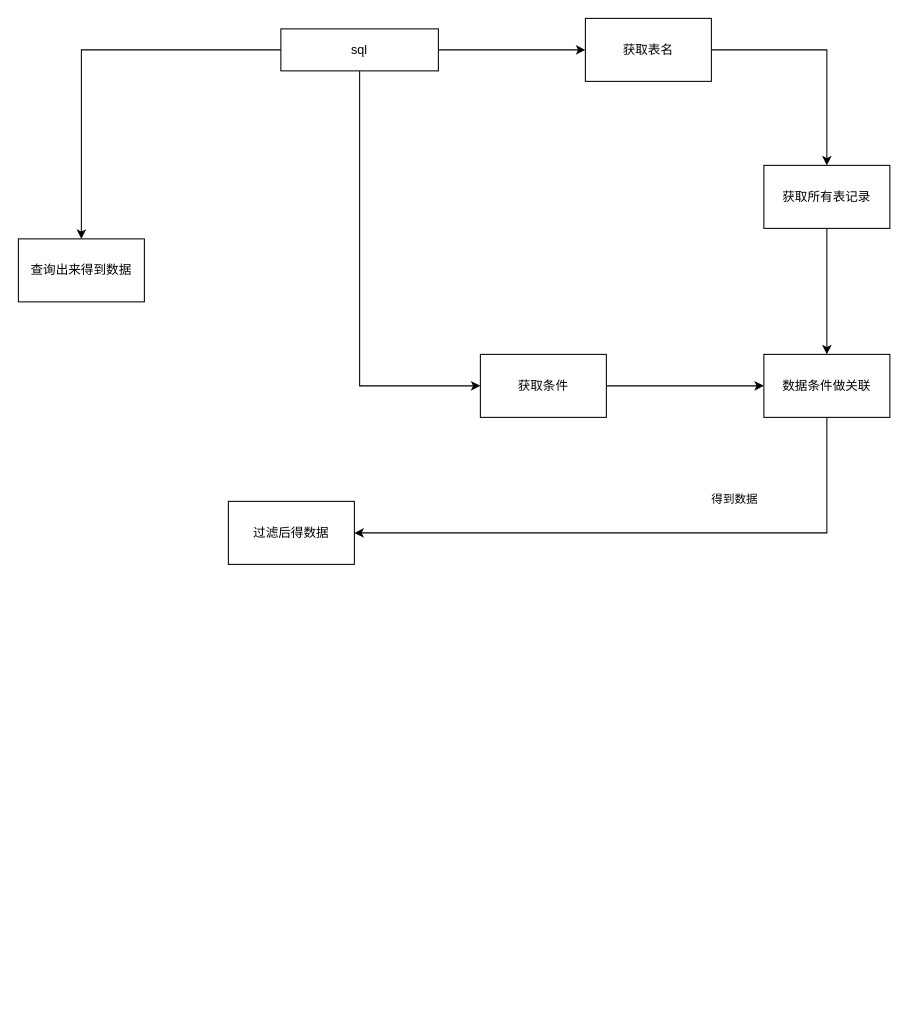
The draw.io diagram 指标解析sql.drawio in dabengxiang/diagrams, before the edit. Source tidied: cells renumbered, new cells numbered last; positions are measured from the earlier drawing's top-left corner, leaving out a move shared by most shapes. Both pictures are drawn from the tidied source at 105%, with x=0, y=0 at pixel (18, 18).
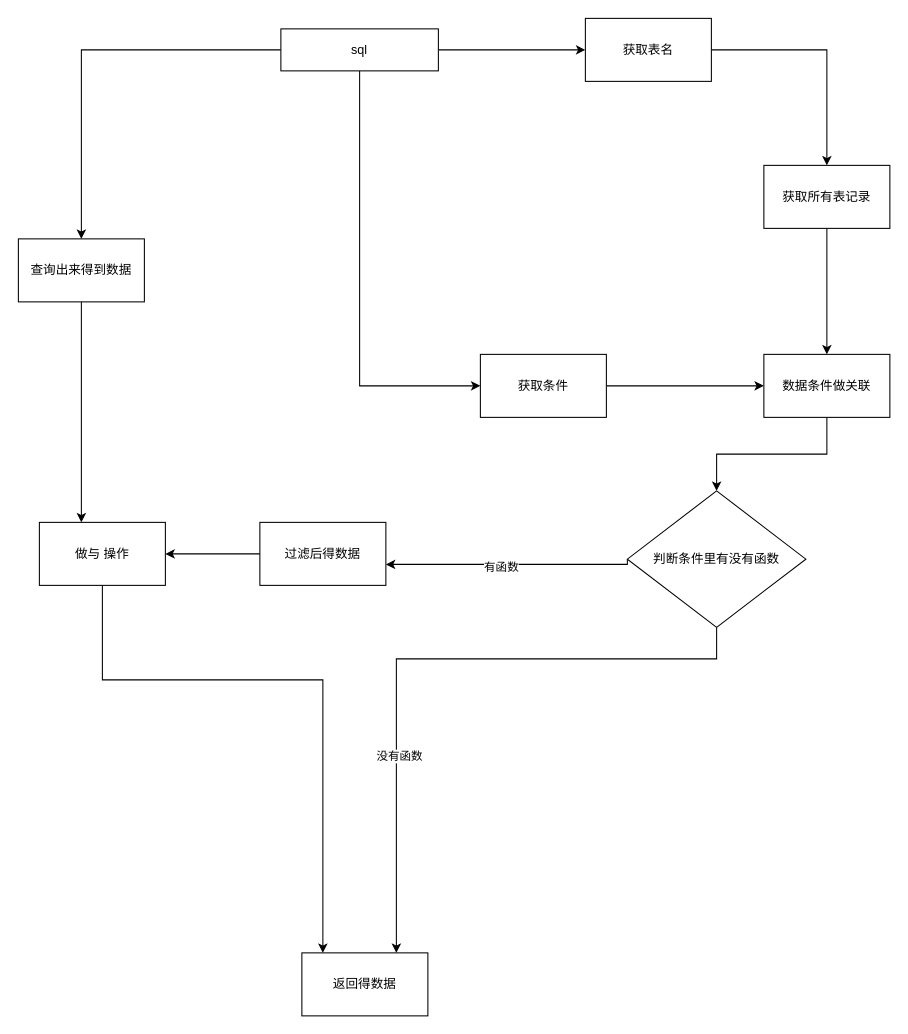
After the change.

Commit message (it also covers changes not shown here):
更新指标解析sql.drawio

The change refers to these unchanged cells:
```xml
<mxCell id="14" value="数据条件做关联" style="rounded=0;whiteSpace=wrap;html=1;" parent="1" vertex="1">
  <mxGeometry x="710" y="320" width="120" height="60" as="geometry" />
</mxCell>
<mxCell id="16" value="查询出来得到数据" style="rounded=0;whiteSpace=wrap;html=1;" parent="1" vertex="1">
  <mxGeometry y="210" width="120" height="60" as="geometry" />
</mxCell>
```

Diff of the diagram source:
```diff
@@
-    <mxCell id="12" style="edgeStyle=orthogonalEdgeStyle;rounded=0;jettySize=auto;html=1;entryX=1;entryY=0.5;entryDx=0;entryDy=0;" parent="1" edge="1" source="14" target="15">
-      <mxGeometry relative="1" as="geometry">
-        <Array as="points">
-          <mxPoint x="770" y="490" />
-        </Array>
-      </mxGeometry>
-    </mxCell>
-    <mxCell id="13" value="得到数据" style="edgeLabel;html=1;align=center;verticalAlign=middle;" parent="12" vertex="1">
-      <mxGeometry x="-0.29" y="-33" relative="1" as="geometry" />
-    </mxCell>
+    <mxCell id="17" style="edgeStyle=orthogonalEdgeStyle;rounded=0;jettySize=auto;html=1;exitX=0.5;exitY=1;exitDx=0;exitDy=0;entryX=0.5;entryY=0;entryDx=0;entryDy=0;" parent="1" edge="1" source="14" target="23">
+      <mxGeometry relative="1" as="geometry" />
+    </mxCell>
@@
-    <mxCell id="15" value="过滤后得数据" style="rounded=0;whiteSpace=wrap;html=1;" parent="1" vertex="1">
-      <mxGeometry x="200" y="460" width="120" height="60" as="geometry" />
+    <mxCell id="15" value="返回得数据" style="rounded=0;whiteSpace=wrap;html=1;" parent="1" vertex="1">
+      <mxGeometry x="270" y="890" width="120" height="60" as="geometry" />
     </mxCell>
+    <mxCell id="18" style="edgeStyle=orthogonalEdgeStyle;rounded=0;jettySize=auto;html=1;exitX=0.5;exitY=1;exitDx=0;exitDy=0;" parent="1" edge="1" source="16" target="27">
+      <mxGeometry relative="1" as="geometry">
+        <Array as="points">
+          <mxPoint x="60" y="350" />
+          <mxPoint x="60" y="350" />
+        </Array>
+      </mxGeometry>
+    </mxCell>
@@
+    <mxCell id="19" style="edgeStyle=orthogonalEdgeStyle;rounded=0;jettySize=auto;html=1;exitX=0;exitY=0.5;exitDx=0;exitDy=0;" parent="1" edge="1" source="23" target="25">
+      <mxGeometry relative="1" as="geometry">
+        <Array as="points">
+          <mxPoint x="580" y="520" />
+        </Array>
+      </mxGeometry>
+    </mxCell>
+    <mxCell id="20" value="有函数" style="edgeLabel;html=1;align=center;verticalAlign=middle;" parent="19" vertex="1">
+      <mxGeometry x="0.23" y="2" relative="1" as="geometry">
+        <mxPoint x="19.3" as="offset" />
+      </mxGeometry>
+    </mxCell>
+    <mxCell id="21" style="edgeStyle=orthogonalEdgeStyle;rounded=0;jettySize=auto;html=1;entryX=0.75;entryY=0;entryDx=0;entryDy=0;" parent="1" edge="1" source="23" target="15">
+      <mxGeometry relative="1" as="geometry">
+        <Array as="points">
+          <mxPoint x="665" y="610" />
+          <mxPoint x="360" y="610" />
+        </Array>
+      </mxGeometry>
+    </mxCell>
+    <mxCell id="22" value="没有函数" style="edgeLabel;html=1;align=center;verticalAlign=middle;" parent="21" vertex="1">
+      <mxGeometry x="0.39" y="2" relative="1" as="geometry" />
+    </mxCell>
+    <mxCell id="23" value="判断条件里有没有函数" style="rhombus;whiteSpace=wrap;html=1;" parent="1" vertex="1">
+      <mxGeometry x="580" y="450" width="170" height="130" as="geometry" />
+    </mxCell>
+    <mxCell id="24" style="edgeStyle=orthogonalEdgeStyle;rounded=0;jettySize=auto;html=1;" parent="1" edge="1" source="25" target="27">
+      <mxGeometry relative="1" as="geometry">
+        <Array as="points">
+          <mxPoint x="170" y="510" />
+          <mxPoint x="170" y="510" />
+        </Array>
+      </mxGeometry>
+    </mxCell>
+    <mxCell id="25" value="过滤后得数据" style="rounded=0;whiteSpace=wrap;html=1;" parent="1" vertex="1">
+      <mxGeometry x="230" y="480" width="120" height="60" as="geometry" />
+    </mxCell>
+    <mxCell id="26" style="edgeStyle=orthogonalEdgeStyle;rounded=0;jettySize=auto;html=1;" parent="1" edge="1" source="27" target="15">
+      <mxGeometry relative="1" as="geometry">
+        <Array as="points">
+          <mxPoint x="80" y="630" />
+          <mxPoint x="290" y="630" />
+        </Array>
+      </mxGeometry>
+    </mxCell>
+    <mxCell id="27" value="做与 操作" style="rounded=0;whiteSpace=wrap;html=1;" parent="1" vertex="1">
+      <mxGeometry x="20" y="480" width="120" height="60" as="geometry" />
+    </mxCell>
```
